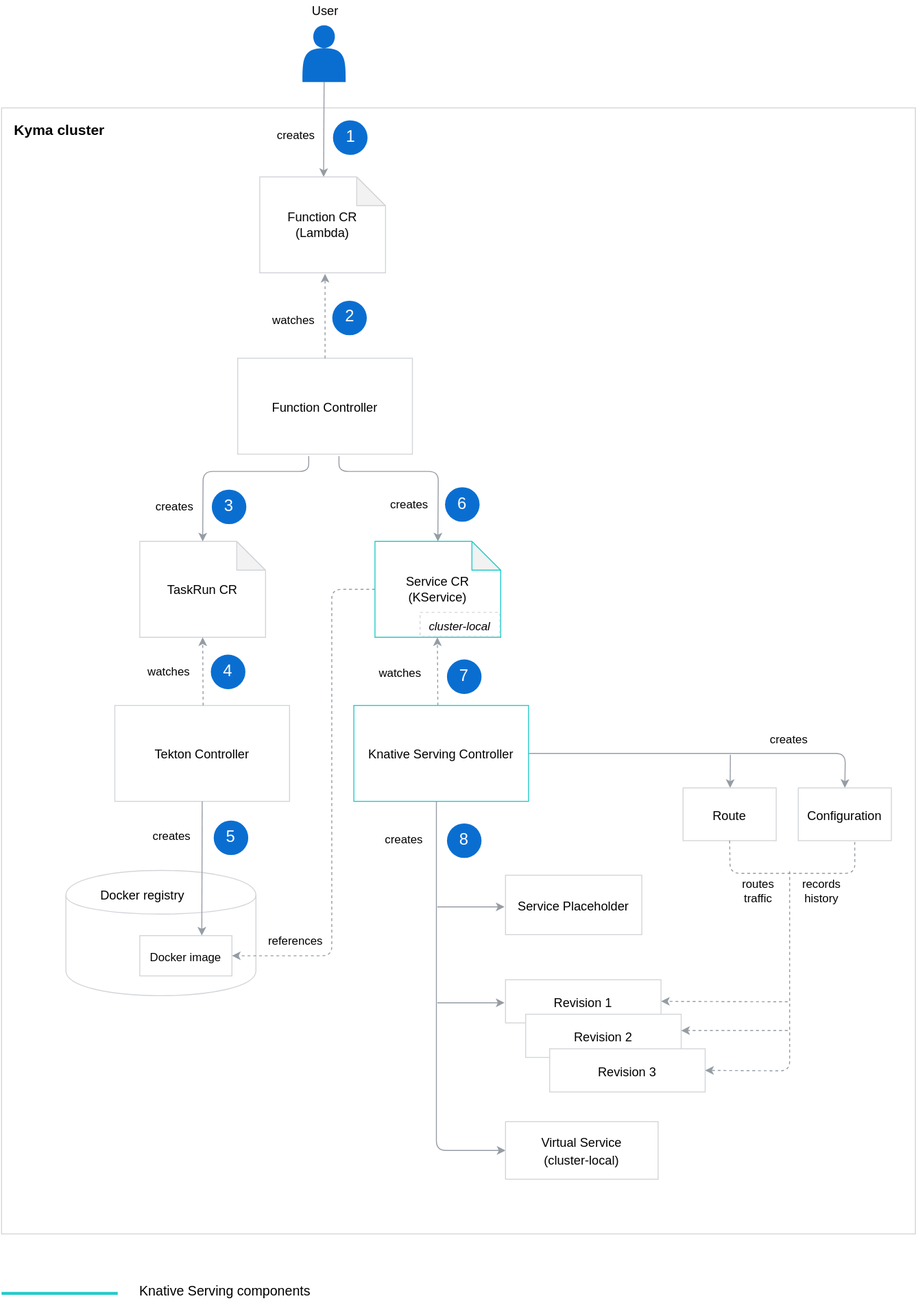
Before: docs/serverless-v2/assets/serverless-v2-architecture.svg, a diagram exported from draw.io (kyma-project/kyma). Source tidied: cells renumbered, new cells last; positions are measured from the earlier drawing's top-left corner, leaving out a move shared by most shapes.
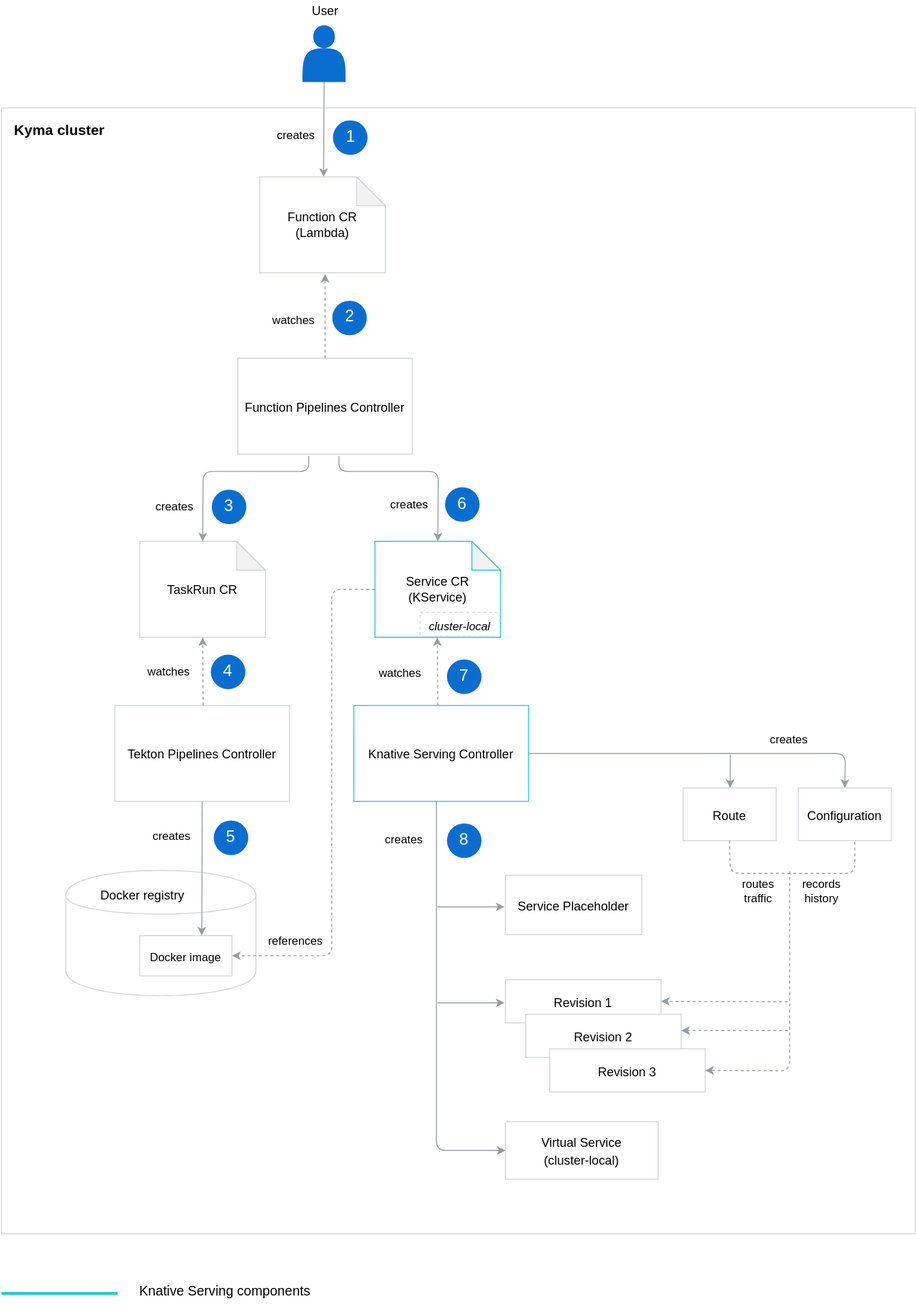
Above is the later version.

What changed in the source:
```diff
@@ -51,7 +51,7 @@
         </Array>
       </mxGeometry>
     </mxCell>
-    <mxCell id="15" value="&lt;font style=&quot;font-size: 13px&quot;&gt;Tekton Controller&lt;br&gt;&lt;/font&gt;" style="rounded=0;whiteSpace=wrap;html=1;labelBackgroundColor=none;strokeColor=#D2D5D9;strokeWidth=1;fillColor=#FFFFFF;gradientColor=none;fontFamily=Helvetica;fontSize=15;fontColor=#000000;" parent="1" vertex="1">
+    <mxCell id="15" value="&lt;font style=&quot;font-size: 13px&quot;&gt;Tekton Pipelines Controller&lt;br&gt;&lt;/font&gt;" style="rounded=0;whiteSpace=wrap;html=1;labelBackgroundColor=none;strokeColor=#D2D5D9;strokeWidth=1;fillColor=#FFFFFF;gradientColor=none;fontFamily=Helvetica;fontSize=15;fontColor=#000000;" parent="1" vertex="1">
       <mxGeometry x="118" y="735" width="182" height="100" as="geometry" />
     </mxCell>
     <mxCell id="16" style="shape=cylinder;whiteSpace=wrap;html=1;boundedLbl=1;backgroundOutline=1;strokeColor=#D2D5D9;" parent="1" vertex="1">
```
